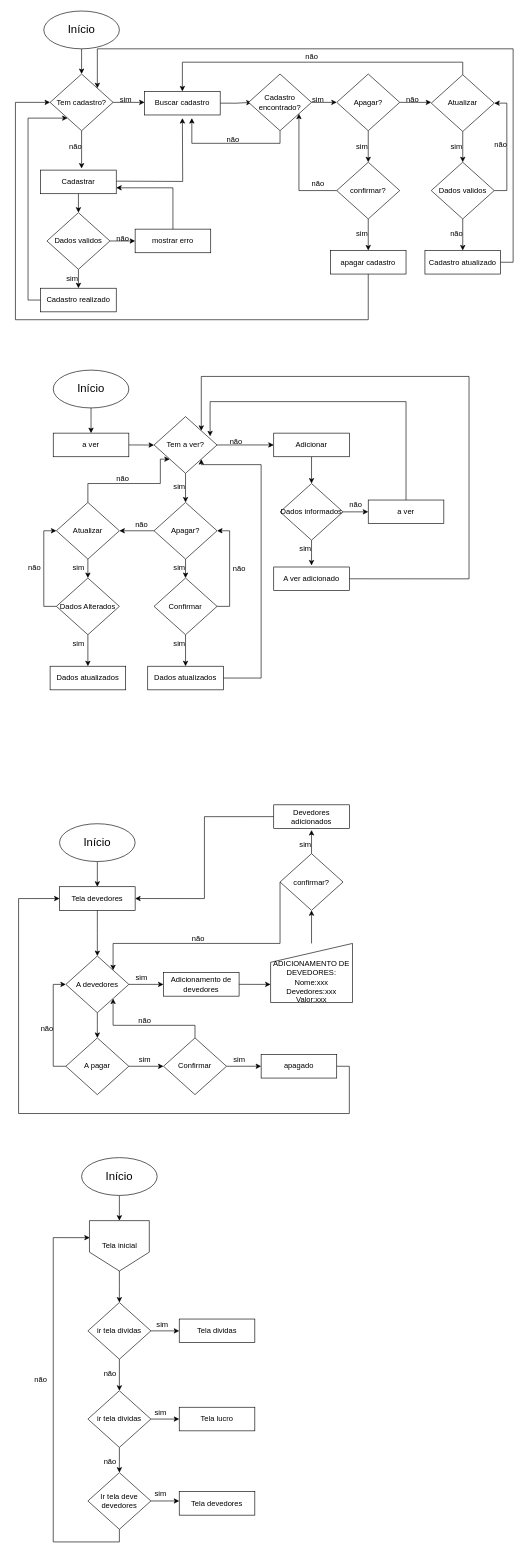
Before: Doc/Fluxograma.Drawio in AmabilyCarvalho/Equipe5, a draw.io diagram. Source tidied: cells renumbered, new cells numbered last; positions are measured from the earlier drawing's top-left corner, leaving out a move shared by most shapes. Both pictures are drawn from the tidied source at 63%, with x=0, y=0 at pixel (15, 11).
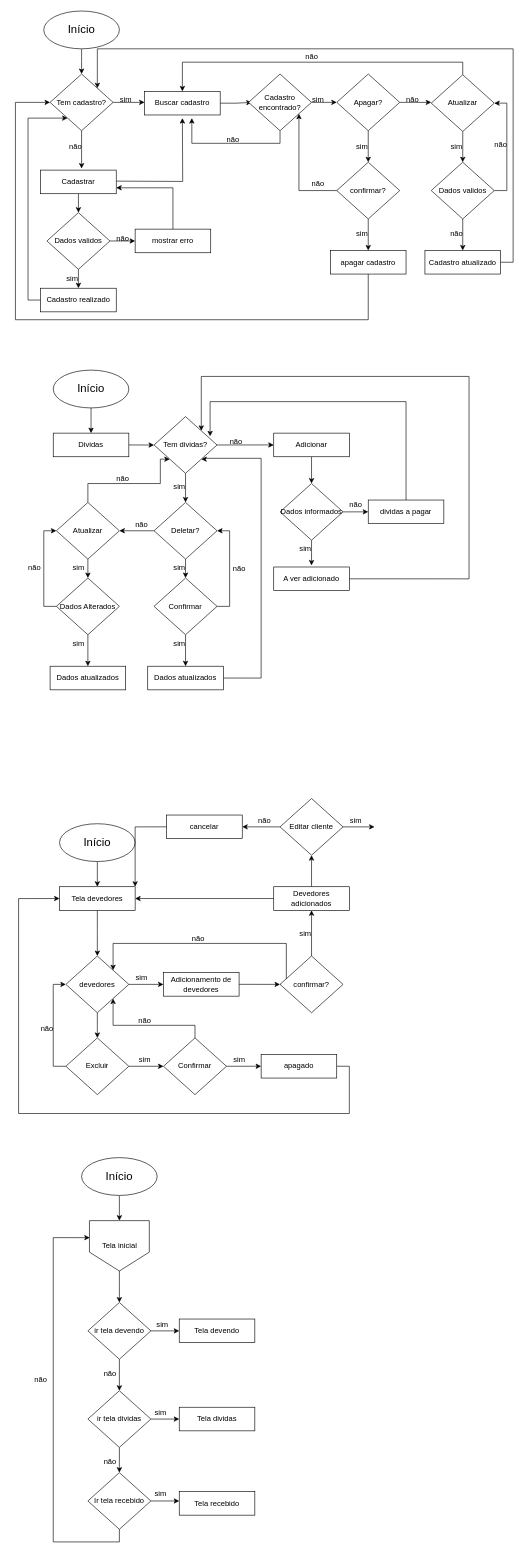
Above is the later version.

Unchanged cells that the change refers to:
```xml
<mxCell id="88" value="Dados atualizados" style="rounded=0;whiteSpace=wrap;html=1;" parent="1" vertex="1">
  <mxGeometry x="210" y="1040" width="120" height="37.5" as="geometry" />
</mxCell>
<mxCell id="98" value="Tela devedores" style="rounded=0;whiteSpace=wrap;html=1;" parent="1" vertex="1">
  <mxGeometry x="70" y="1390" width="120" height="37.5" as="geometry" />
</mxCell>
<mxCell id="119" value="Adicionamento de devedores" style="rounded=0;whiteSpace=wrap;html=1;" parent="1" vertex="1">
  <mxGeometry x="235" y="1526.2" width="120" height="37.5" as="geometry" />
</mxCell>
```

Diff of the diagram source:
```diff
@@
-    <mxCell id="56" value="Tem a ver?" style="rhombus;whiteSpace=wrap;html=1;" parent="1" vertex="1">
+    <mxCell id="56" value="Tem dividas?" style="rhombus;whiteSpace=wrap;html=1;" parent="1" vertex="1">
       <mxGeometry x="220" y="643.8" width="100" height="90" as="geometry" />
     </mxCell>
@@
-    <mxCell id="59" value="Apagar?" style="rhombus;whiteSpace=wrap;html=1;" parent="1" vertex="1">
+    <mxCell id="59" value="Deletar?" style="rhombus;whiteSpace=wrap;html=1;" parent="1" vertex="1">
       <mxGeometry x="220" y="780" width="100" height="90" as="geometry" />
     </mxCell>
@@
-    <mxCell id="73" value="a ver" style="rounded=0;whiteSpace=wrap;html=1;" parent="1" vertex="1">
+    <mxCell id="73" value="Dividas" style="rounded=0;whiteSpace=wrap;html=1;" parent="1" vertex="1">
       <mxGeometry x="60" y="670" width="120" height="37.5" as="geometry" />
     </mxCell>
@@
-    <mxCell id="76" value="a ver" style="rounded=0;whiteSpace=wrap;html=1;" parent="1" vertex="1">
+    <mxCell id="76" value="dividas a pagar" style="rounded=0;whiteSpace=wrap;html=1;" parent="1" vertex="1">
       <mxGeometry x="560" y="776.2" width="120" height="37.5" as="geometry" />
     </mxCell>
@@
     <mxCell id="87" style="edgeStyle=orthogonalEdgeStyle;rounded=0;jettySize=auto;html=1;exitX=1;exitY=0.5;exitDx=0;exitDy=0;entryX=1;entryY=1;entryDx=0;entryDy=0;" parent="1" edge="1" source="88" target="56">
       <mxGeometry relative="1" as="geometry">
         <Array as="points">
           <mxPoint x="390" y="1059" />
-          <mxPoint x="390" y="720" />
-          <mxPoint x="295" y="720" />
+          <mxPoint x="390" y="710" />
+          <mxPoint x="300" y="710" />
+          <mxPoint x="300" y="711" />
         </Array>
       </mxGeometry>
     </mxCell>
@@
-    <mxCell id="101" value="A devedores" style="rhombus;whiteSpace=wrap;html=1;" parent="1" vertex="1">
+    <mxCell id="101" value="devedores" style="rhombus;whiteSpace=wrap;html=1;" parent="1" vertex="1">
       <mxGeometry x="80" y="1500" width="100" height="90" as="geometry" />
     </mxCell>
@@
-    <mxCell id="105" value="A pagar" style="rhombus;whiteSpace=wrap;html=1;" parent="1" vertex="1">
+    <mxCell id="105" value="Excluir" style="rhombus;whiteSpace=wrap;html=1;" parent="1" vertex="1">
       <mxGeometry x="80" y="1630" width="100" height="90" as="geometry" />
     </mxCell>
-    <mxCell id="106" style="edgeStyle=orthogonalEdgeStyle;rounded=0;jettySize=auto;html=1;exitX=0.5;exitY=0;exitDx=0;exitDy=0;" parent="1" edge="1" source="108">
-      <mxGeometry relative="1" as="geometry">
-        <mxPoint x="470" y="1300" as="targetPoint" />
-      </mxGeometry>
+    <mxCell id="106" style="edgeStyle=orthogonalEdgeStyle;rounded=0;jettySize=auto;html=1;exitX=0.5;exitY=0;exitDx=0;exitDy=0;entryX=0.5;entryY=1;entryDx=0;entryDy=0;" parent="1" edge="1" source="108" target="123">
+      <mxGeometry relative="1" as="geometry" />
     </mxCell>
     <mxCell id="107" style="edgeStyle=orthogonalEdgeStyle;rounded=0;jettySize=auto;html=1;exitX=0;exitY=0.5;exitDx=0;exitDy=0;entryX=1;entryY=0;entryDx=0;entryDy=0;" parent="1" edge="1" source="108" target="101">
       <mxGeometry relative="1" as="geometry">
         <Array as="points">
-          <mxPoint x="420" y="1480" />
+          <mxPoint x="430" y="1545" />
+          <mxPoint x="430" y="1480" />
           <mxPoint x="155" y="1480" />
         </Array>
       </mxGeometry>
     </mxCell>
     <mxCell id="108" value="confirmar?" style="rhombus;whiteSpace=wrap;html=1;" parent="1" vertex="1">
-      <mxGeometry x="420" y="1337.5" width="100" height="90" as="geometry" />
+      <mxGeometry x="420" y="1500" width="100" height="90" as="geometry" />
     </mxCell>
@@
-    <mxCell id="118" style="edgeStyle=orthogonalEdgeStyle;rounded=0;jettySize=auto;html=1;exitX=1;exitY=0.5;exitDx=0;exitDy=0;" parent="1" edge="1" source="119">
-      <mxGeometry relative="1" as="geometry">
-        <mxPoint x="405" y="1545" as="targetPoint" />
-      </mxGeometry>
+    <mxCell id="118" style="edgeStyle=orthogonalEdgeStyle;rounded=0;jettySize=auto;html=1;exitX=1;exitY=0.5;exitDx=0;exitDy=0;entryX=0;entryY=0.5;entryDx=0;entryDy=0;" parent="1" edge="1" source="119" target="108">
+      <mxGeometry relative="1" as="geometry" />
     </mxCell>
@@
-    <mxCell id="120" style="edgeStyle=orthogonalEdgeStyle;rounded=0;jettySize=auto;html=1;exitX=0.5;exitY=0;exitDx=0;exitDy=0;" parent="1" edge="1" source="121" target="108">
-      <mxGeometry relative="1" as="geometry" />
-    </mxCell>
-    <mxCell id="121" value="&lt;div&gt;&lt;br&gt;&lt;/div&gt;&lt;div&gt;&lt;br&gt;&lt;/div&gt;ADICIONAMENTO DE DEVEDORES:&lt;div&gt;Nome:xxx&lt;/div&gt;&lt;div&gt;Devedores:xxx&lt;/div&gt;&lt;div&gt;Valor:xxx&lt;/div&gt;" style="shape=manualInput;whiteSpace=wrap;html=1;" parent="1" vertex="1">
-      <mxGeometry x="405" y="1480" width="130" height="93.8" as="geometry" />
-    </mxCell>
@@
+    <mxCell id="148" style="edgeStyle=orthogonalEdgeStyle;rounded=0;jettySize=auto;html=1;exitX=0.5;exitY=0;exitDx=0;exitDy=0;entryX=0.5;entryY=1;entryDx=0;entryDy=0;" parent="1" edge="1" source="123" target="151">
+      <mxGeometry relative="1" as="geometry" />
+    </mxCell>
     <mxCell id="123" value="Devedores adicionados" style="rounded=0;whiteSpace=wrap;html=1;" parent="1" vertex="1">
-      <mxGeometry x="410" y="1260" width="120" height="37.5" as="geometry" />
+      <mxGeometry x="410" y="1390" width="120" height="37.5" as="geometry" />
     </mxCell>
@@
     <mxCell id="125" value="sim" style="text;html=1;align=center;verticalAlign=middle;strokeColor=none;fillColor=none;" parent="1" vertex="1">
-      <mxGeometry x="440" y="1308" width="40" height="30" as="geometry" />
+      <mxGeometry x="440" y="1450" width="40" height="30" as="geometry" />
     </mxCell>
@@
-    <mxCell id="132" value="ir tela dividas" style="rhombus;whiteSpace=wrap;html=1;" parent="1" vertex="1">
+    <mxCell id="132" value="ir tela devendo" style="rhombus;whiteSpace=wrap;html=1;" parent="1" vertex="1">
       <mxGeometry x="115" y="2050" width="100" height="90" as="geometry" />
     </mxCell>
@@
-    <mxCell id="134" value="Tela dividas" style="rounded=0;whiteSpace=wrap;html=1;" parent="1" vertex="1">
+    <mxCell id="134" value="Tela devendo" style="rounded=0;whiteSpace=wrap;html=1;" parent="1" vertex="1">
       <mxGeometry x="260" y="2076.2" width="120" height="37.5" as="geometry" />
     </mxCell>
@@
-    <mxCell id="139" value="Tela lucro" style="rounded=0;whiteSpace=wrap;html=1;" parent="1" vertex="1">
+    <mxCell id="139" value="Tela dividas" style="rounded=0;whiteSpace=wrap;html=1;" parent="1" vertex="1">
       <mxGeometry x="260" y="2216.2" width="120" height="37.5" as="geometry" />
     </mxCell>
@@
-    <mxCell id="141" value="Ir tela deve devedores" style="rhombus;whiteSpace=wrap;html=1;" parent="1" vertex="1">
+    <mxCell id="141" value="Ir tela recebido" style="rhombus;whiteSpace=wrap;html=1;" parent="1" vertex="1">
       <mxGeometry x="115" y="2320" width="100" height="90" as="geometry" />
     </mxCell>
@@
-    <mxCell id="144" value="Tela devedores" style="rounded=0;whiteSpace=wrap;html=1;" parent="1" vertex="1">
+    <mxCell id="144" value="Tela recebido" style="rounded=0;whiteSpace=wrap;html=1;" parent="1" vertex="1">
       <mxGeometry x="260" y="2350" width="120" height="37.5" as="geometry" />
     </mxCell>
@@
+    <mxCell id="149" style="edgeStyle=orthogonalEdgeStyle;rounded=0;jettySize=auto;html=1;exitX=0;exitY=0.5;exitDx=0;exitDy=0;entryX=1;entryY=0.5;entryDx=0;entryDy=0;" parent="1" edge="1" source="151" target="153">
+      <mxGeometry relative="1" as="geometry" />
+    </mxCell>
+    <mxCell id="150" style="edgeStyle=orthogonalEdgeStyle;rounded=0;jettySize=auto;html=1;exitX=1;exitY=0.5;exitDx=0;exitDy=0;" parent="1" edge="1" source="151">
+      <mxGeometry relative="1" as="geometry">
+        <mxPoint x="570" y="1295" as="targetPoint" />
+      </mxGeometry>
+    </mxCell>
+    <mxCell id="151" value="Editar cliente" style="rhombus;whiteSpace=wrap;html=1;" parent="1" vertex="1">
+      <mxGeometry x="420" y="1250" width="100" height="90" as="geometry" />
+    </mxCell>
+    <mxCell id="152" style="edgeStyle=orthogonalEdgeStyle;rounded=0;jettySize=auto;html=1;exitX=0;exitY=0.5;exitDx=0;exitDy=0;entryX=1;entryY=0;entryDx=0;entryDy=0;" parent="1" edge="1" source="153" target="98">
+      <mxGeometry relative="1" as="geometry" />
+    </mxCell>
+    <mxCell id="153" value="cancelar" style="rounded=0;whiteSpace=wrap;html=1;" parent="1" vertex="1">
+      <mxGeometry x="240" y="1276.2" width="120" height="37.5" as="geometry" />
+    </mxCell>
+    <mxCell id="154" value="não" style="text;html=1;align=center;verticalAlign=middle;strokeColor=none;fillColor=none;" parent="1" vertex="1">
+      <mxGeometry x="375" y="1270" width="40" height="30" as="geometry" />
+    </mxCell>
+    <mxCell id="155" value="sim" style="text;html=1;align=center;verticalAlign=middle;strokeColor=none;fillColor=none;" parent="1" vertex="1">
+      <mxGeometry x="520" y="1270" width="40" height="30" as="geometry" />
+    </mxCell>
```
